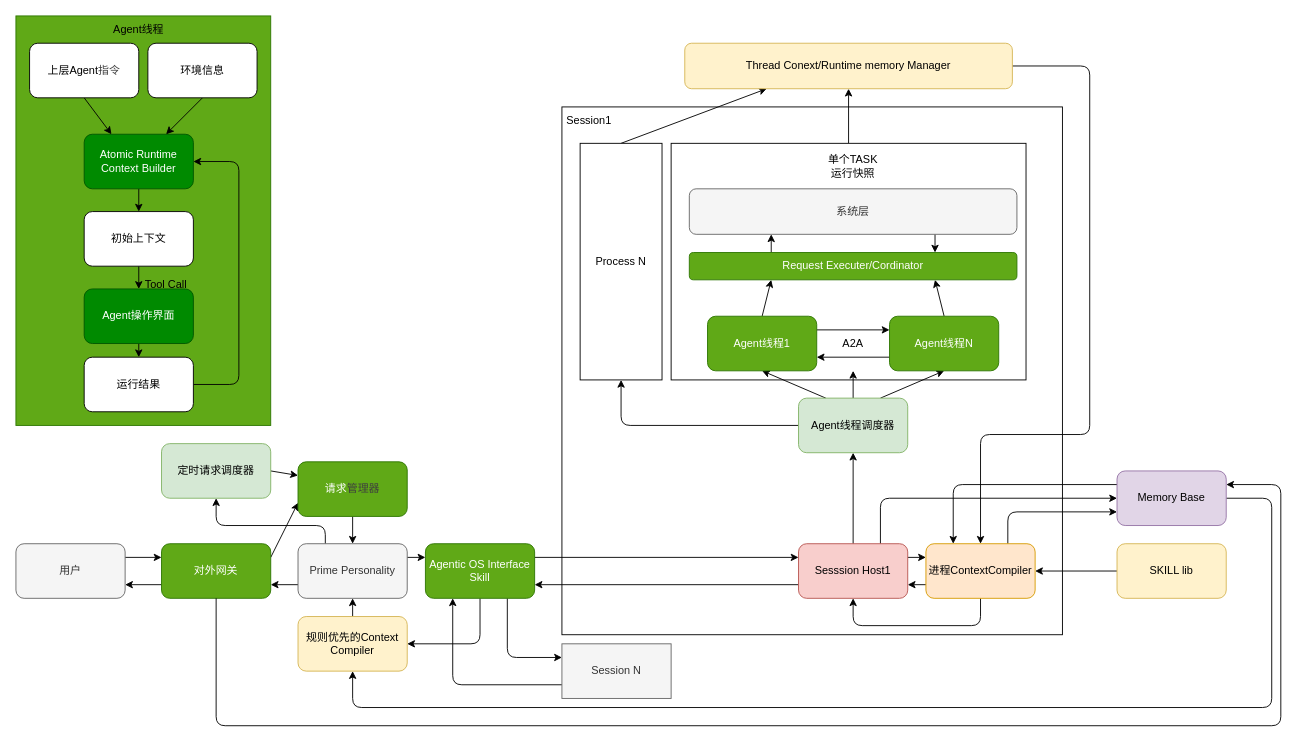
This is schema/schema.drawio from eziothean-git/proclaw-agent-kernel, a draw.io file, before an edit. Source tidied: cells renumbered, new cells numbered last; positions are measured from the earlier drawing's top-left corner, leaving out a move shared by most shapes. Both pictures are drawn from the tidied source at 91%, with x=0, y=0 at pixel (15, 15).
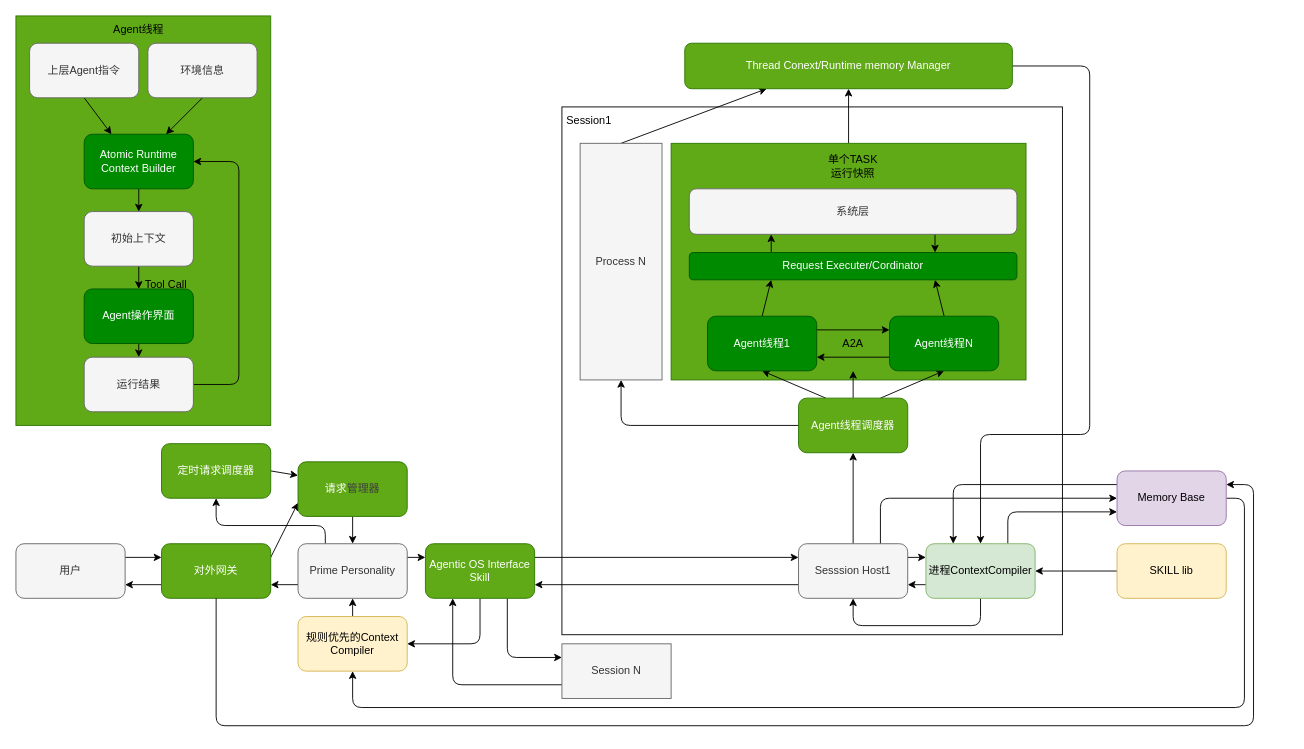
The same diagram, later.

The change refers to these unchanged cells:
```xml
<mxCell id="14" value="Memory Base" style="rounded=1;whiteSpace=wrap;html=1;fillColor=#e1d5e7;strokeColor=#9673a6;" parent="1" vertex="1">
  <mxGeometry x="1210" y="500" width="120" height="60" as="geometry" />
</mxCell>
<mxCell id="52" value="规则优先的Context Compiler" style="rounded=1;whiteSpace=wrap;html=1;fillColor=#fff2cc;strokeColor=#d6b656;" parent="1" vertex="1">
  <mxGeometry x="310" y="660" width="120" height="60" as="geometry" />
</mxCell>
<mxCell id="59" value="对外网关" style="rounded=1;whiteSpace=wrap;html=1;fillColor=#60a917;strokeColor=#2D7600;fontColor=#ffffff;" parent="1" vertex="1">
  <mxGeometry x="160" y="580" width="120" height="60" as="geometry" />
</mxCell>
```

The edit, as a diff of the source:
```diff
@@
-    <mxCell id="5" style="rounded=0;whiteSpace=wrap;html=1;" parent="1" vertex="1">
+    <mxCell id="5" style="rounded=0;whiteSpace=wrap;html=1;fillColor=#60a917;fontColor=#ffffff;strokeColor=#2D7600;" parent="1" vertex="1">
       <mxGeometry x="720" y="140" width="390" height="260" as="geometry" />
     </mxCell>
@@
-    <mxCell id="11" value="进程ContextCompiler" style="rounded=1;whiteSpace=wrap;html=1;fillColor=#ffe6cc;strokeColor=#d79b00;" parent="1" vertex="1">
+    <mxCell id="11" value="进程ContextCompiler" style="rounded=1;whiteSpace=wrap;html=1;fillColor=#d5e8d4;strokeColor=#82b366;" parent="1" vertex="1">
       <mxGeometry x="1000" y="580" width="120" height="60" as="geometry" />
     </mxCell>
@@
     <mxCell id="13" style="edgeStyle=none;html=1;exitX=1;exitY=0.5;exitDx=0;exitDy=0;entryX=0.5;entryY=1;entryDx=0;entryDy=0;" parent="1" edge="1" source="14" target="52">
       <mxGeometry relative="1" as="geometry">
         <Array as="points">
-          <mxPoint x="1380" y="530" />
-          <mxPoint x="1380" y="760" />
+          <mxPoint x="1350" y="530" />
+          <mxPoint x="1350" y="760" />
           <mxPoint x="370" y="760" />
         </Array>
       </mxGeometry>
     </mxCell>
@@
-    <mxCell id="19" value="Sesssion Host1" style="rounded=1;whiteSpace=wrap;html=1;fillColor=#f8cecc;strokeColor=#b85450;" parent="1" vertex="1">
+    <mxCell id="19" value="Sesssion Host1" style="rounded=1;whiteSpace=wrap;html=1;fillColor=#f5f5f5;strokeColor=#666666;fontColor=#333333;" parent="1" vertex="1">
       <mxGeometry x="860" y="580" width="120" height="60" as="geometry" />
     </mxCell>
@@
-    <mxCell id="28" value="Agent线程调度器" style="rounded=1;whiteSpace=wrap;html=1;fillColor=#d5e8d4;strokeColor=#82b366;" parent="1" vertex="1">
+    <mxCell id="28" value="Agent线程调度器" style="rounded=1;whiteSpace=wrap;html=1;fillColor=#60a917;strokeColor=#2D7600;fontColor=#ffffff;" parent="1" vertex="1">
       <mxGeometry x="860" y="420" width="120" height="60" as="geometry" />
     </mxCell>
@@
-    <mxCell id="31" value="Agent线程1" style="rounded=1;whiteSpace=wrap;html=1;fillColor=#60a917;fontColor=#ffffff;strokeColor=#2D7600;" parent="1" vertex="1">
+    <mxCell id="31" value="Agent线程1" style="rounded=1;whiteSpace=wrap;html=1;fillColor=#008a00;fontColor=#ffffff;strokeColor=#005700;" parent="1" vertex="1">
       <mxGeometry x="760" y="330" width="120" height="60" as="geometry" />
     </mxCell>
@@
-    <mxCell id="34" value="Agent线程N" style="rounded=1;whiteSpace=wrap;html=1;fillColor=#60a917;fontColor=#ffffff;strokeColor=#2D7600;" parent="1" vertex="1">
+    <mxCell id="34" value="Agent线程N" style="rounded=1;whiteSpace=wrap;html=1;fillColor=#008a00;fontColor=#ffffff;strokeColor=#005700;" parent="1" vertex="1">
       <mxGeometry x="960" y="330" width="120" height="60" as="geometry" />
     </mxCell>
@@
-    <mxCell id="36" value="Request Executer/Cordinator" style="rounded=1;whiteSpace=wrap;html=1;fillColor=#60a917;strokeColor=#2D7600;fontColor=#ffffff;" parent="1" vertex="1">
+    <mxCell id="36" value="Request Executer/Cordinator" style="rounded=1;whiteSpace=wrap;html=1;fillColor=#008a00;strokeColor=#005700;fontColor=#ffffff;" parent="1" vertex="1">
       <mxGeometry x="740" y="260" width="360" height="30" as="geometry" />
     </mxCell>
@@
-    <mxCell id="43" value="Process N" style="rounded=0;whiteSpace=wrap;html=1;" parent="1" vertex="1">
+    <mxCell id="43" value="Process N" style="rounded=0;whiteSpace=wrap;html=1;fillColor=#f5f5f5;fontColor=#333333;strokeColor=#666666;" parent="1" vertex="1">
       <mxGeometry x="620" y="140" width="90" height="260" as="geometry" />
     </mxCell>
@@
-    <mxCell id="54" value="定时请求调度器" style="rounded=1;whiteSpace=wrap;html=1;fillColor=#d5e8d4;strokeColor=#82b366;" parent="1" vertex="1">
+    <mxCell id="54" value="定时请求调度器" style="rounded=1;whiteSpace=wrap;html=1;fillColor=#60a917;strokeColor=#2D7600;fontColor=#ffffff;" parent="1" vertex="1">
       <mxGeometry x="160" y="470" width="120" height="60" as="geometry" />
     </mxCell>
@@
-    <mxCell id="56" value="Thread Conext/Runtime memory Manager" style="rounded=1;whiteSpace=wrap;html=1;fillColor=#fff2cc;strokeColor=#d6b656;" parent="1" vertex="1">
+    <mxCell id="56" value="Thread Conext/Runtime memory Manager" style="rounded=1;whiteSpace=wrap;html=1;fillColor=#60a917;strokeColor=#2D7600;fontColor=#ffffff;" parent="1" vertex="1">
       <mxGeometry x="735" y="30" width="360" height="50" as="geometry" />
     </mxCell>
@@
     <mxCell id="60" style="edgeStyle=none;html=1;exitX=0.5;exitY=1;exitDx=0;exitDy=0;entryX=1;entryY=0.25;entryDx=0;entryDy=0;" parent="1" edge="1" source="59" target="14">
       <mxGeometry relative="1" as="geometry">
         <Array as="points">
           <mxPoint x="220" y="780" />
-          <mxPoint x="1390" y="780" />
-          <mxPoint x="1390" y="515" />
+          <mxPoint x="1360" y="780" />
+          <mxPoint x="1360" y="515" />
         </Array>
       </mxGeometry>
     </mxCell>
@@
-    <mxCell id="65" value="初始上下文" style="rounded=1;whiteSpace=wrap;html=1;" parent="1" vertex="1">
+    <mxCell id="65" value="初始上下文" style="rounded=1;whiteSpace=wrap;html=1;fillColor=#f5f5f5;fontColor=#333333;strokeColor=#666666;" parent="1" vertex="1">
       <mxGeometry x="75" y="215" width="120" height="60" as="geometry" />
     </mxCell>
@@
-    <mxCell id="69" value="上层Agent&lt;span style=&quot;color: rgb(63, 63, 63); background-color: transparent;&quot;&gt;指令&lt;/span&gt;" style="rounded=1;whiteSpace=wrap;html=1;" parent="1" vertex="1">
+    <mxCell id="69" value="上层Agent&lt;span style=&quot;color: rgb(63, 63, 63); background-color: transparent;&quot;&gt;指令&lt;/span&gt;" style="rounded=1;whiteSpace=wrap;html=1;fillColor=#f5f5f5;fontColor=#333333;strokeColor=#666666;" parent="1" vertex="1">
       <mxGeometry x="15" y="30" width="120" height="60" as="geometry" />
     </mxCell>
@@
-    <mxCell id="71" value="环境信息" style="rounded=1;whiteSpace=wrap;html=1;" parent="1" vertex="1">
+    <mxCell id="71" value="环境信息" style="rounded=1;whiteSpace=wrap;html=1;fillColor=#f5f5f5;fontColor=#333333;strokeColor=#666666;" parent="1" vertex="1">
       <mxGeometry x="145" y="30" width="120" height="60" as="geometry" />
     </mxCell>
@@
-    <mxCell id="76" value="运行结果" style="rounded=1;whiteSpace=wrap;html=1;" parent="1" vertex="1">
+    <mxCell id="76" value="运行结果" style="rounded=1;whiteSpace=wrap;html=1;fillColor=#f5f5f5;fontColor=#333333;strokeColor=#666666;" parent="1" vertex="1">
       <mxGeometry x="75" y="375" width="120" height="60" as="geometry" />
     </mxCell>
```
